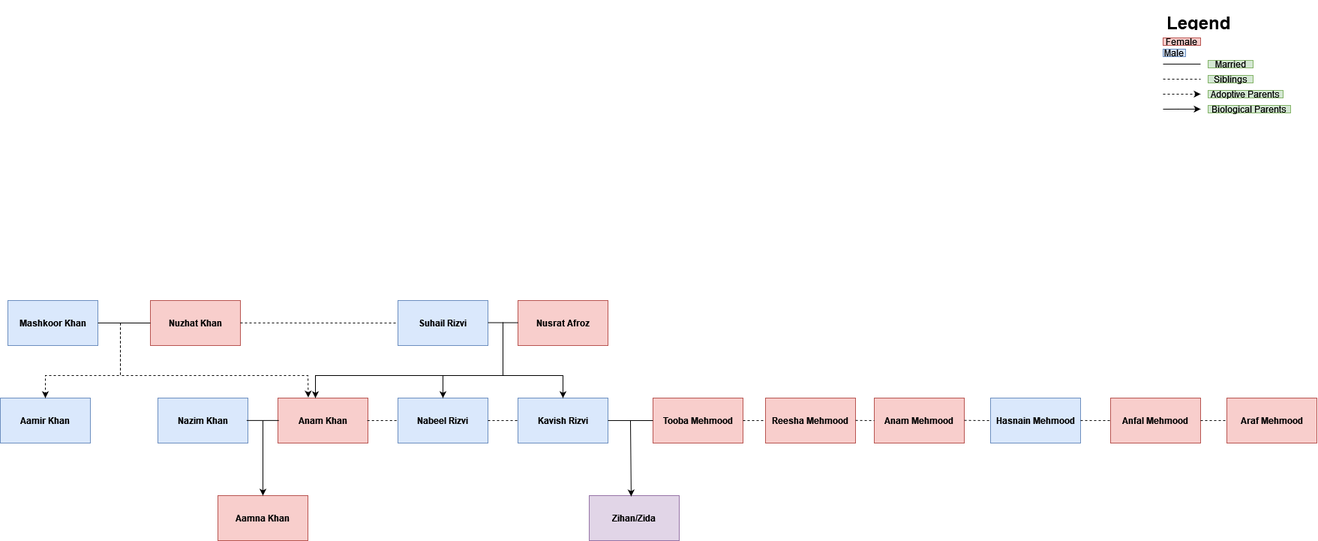
Earlier version of the draw.io export Family Tree.png (uchiharizvi/design-diagrams). Source tidied: cells renumbered, new cells last; positions are measured from the earlier drawing's top-left corner, leaving out a move shared by most shapes.
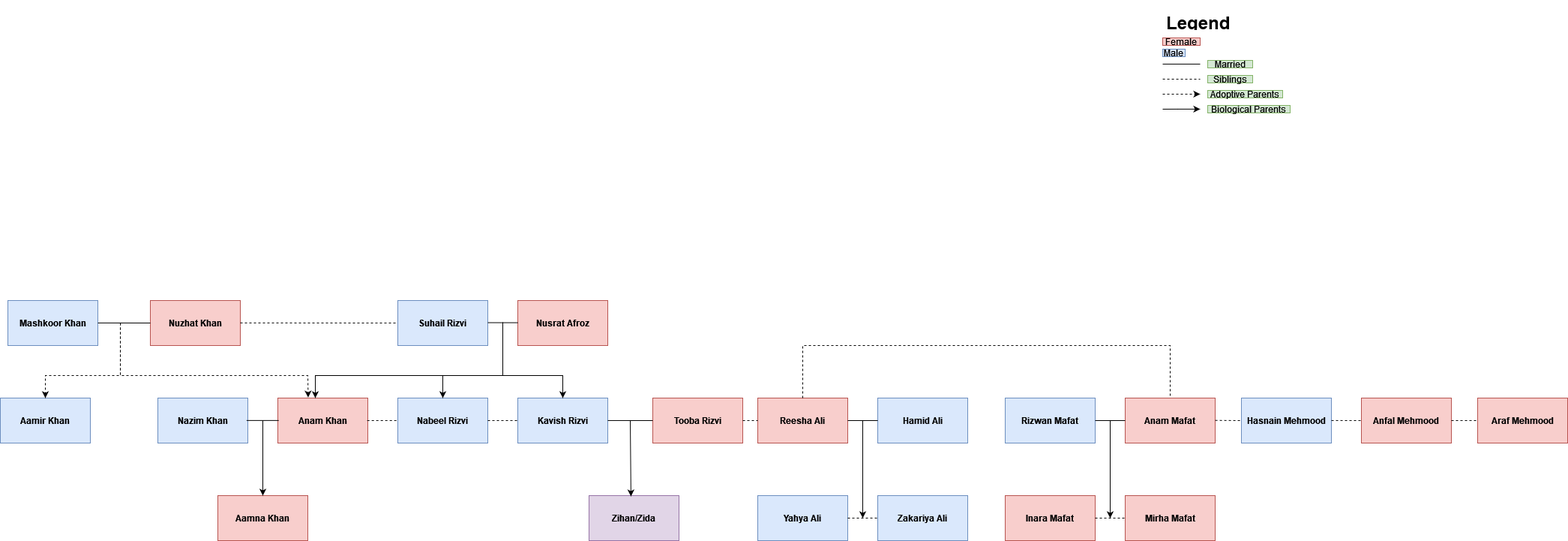
The same file after the commit.

What changed in the source:
```diff
@@ -5,7 +5,7 @@
     <mxCell id="2" value="Kavish Rizvi" style="rounded=0;whiteSpace=wrap;html=1;fontStyle=1;fillColor=#dae8fc;strokeColor=#6c8ebf;" parent="1" vertex="1">
       <mxGeometry x="690" y="520" width="120" height="60" as="geometry" />
     </mxCell>
-    <mxCell id="3" value="Tooba Mehmood" style="rounded=0;whiteSpace=wrap;html=1;fontStyle=1;fillColor=#f8cecc;strokeColor=#b85450;" parent="1" vertex="1">
+    <mxCell id="3" value="Tooba Rizvi" style="rounded=0;whiteSpace=wrap;html=1;fontStyle=1;fillColor=#f8cecc;strokeColor=#b85450;" parent="1" vertex="1">
       <mxGeometry x="870" y="520" width="120" height="60" as="geometry" />
     </mxCell>
     <mxCell id="4" value="&lt;h1&gt;Legend&lt;br&gt;&lt;/h1&gt;" style="text;html=1;strokeColor=none;fillColor=none;spacing=5;spacingTop=-20;whiteSpace=wrap;overflow=hidden;rounded=0;" parent="1" vertex="1">
@@ -51,37 +51,40 @@
         <mxPoint x="840" y="550" as="sourcePoint" />
       </mxGeometry>
     </mxCell>
-    <mxCell id="14" value="Reesha Mehmood" style="rounded=0;whiteSpace=wrap;html=1;fontStyle=1;fillColor=#f8cecc;strokeColor=#b85450;" parent="1" vertex="1">
-      <mxGeometry x="1020" y="520" width="120" height="60" as="geometry" />
+    <mxCell id="14" value="Reesha Ali" style="rounded=0;whiteSpace=wrap;html=1;fontStyle=1;fillColor=#f8cecc;strokeColor=#b85450;" parent="1" vertex="1">
+      <mxGeometry x="1010" y="520" width="120" height="60" as="geometry" />
     </mxCell>
-    <mxCell id="15" value="Anam Mehmood" style="rounded=0;whiteSpace=wrap;html=1;fontStyle=1;fillColor=#f8cecc;strokeColor=#b85450;" parent="1" vertex="1">
-      <mxGeometry x="1165" y="520" width="120" height="60" as="geometry" />
+    <mxCell id="15" value="Anam Mafat" style="rounded=0;whiteSpace=wrap;html=1;fontStyle=1;fillColor=#f8cecc;strokeColor=#b85450;" parent="1" vertex="1">
+      <mxGeometry x="1500" y="520" width="120" height="60" as="geometry" />
     </mxCell>
     <mxCell id="16" value="Hasnain Mehmood" style="rounded=0;whiteSpace=wrap;html=1;fontStyle=1;fillColor=#dae8fc;strokeColor=#6c8ebf;" parent="1" vertex="1">
-      <mxGeometry x="1320" y="520" width="120" height="60" as="geometry" />
+      <mxGeometry x="1655" y="520" width="120" height="60" as="geometry" />
     </mxCell>
     <mxCell id="17" value="Anfal Mehmood" style="rounded=0;whiteSpace=wrap;html=1;fontStyle=1;fillColor=#f8cecc;strokeColor=#b85450;" parent="1" vertex="1">
-      <mxGeometry x="1480" y="520" width="120" height="60" as="geometry" />
+      <mxGeometry x="1815" y="520" width="120" height="60" as="geometry" />
     </mxCell>
     <mxCell id="18" value="Araf Mehmood" style="rounded=0;whiteSpace=wrap;html=1;fontStyle=1;fillColor=#f8cecc;strokeColor=#b85450;" parent="1" vertex="1">
-      <mxGeometry x="1635" y="520" width="120" height="60" as="geometry" />
+      <mxGeometry x="1970" y="520" width="120" height="60" as="geometry" />
     </mxCell>
     <mxCell id="19" style="endArrow=none;html=1;rounded=0;exitX=1;exitY=0.5;exitDx=0;exitDy=0;dashed=1;entryX=0;entryY=0.5;entryDx=0;entryDy=0;" parent="1" edge="1" source="3" target="14">
       <mxGeometry relative="1" as="geometry" />
     </mxCell>
-    <mxCell id="20" style="endArrow=none;html=1;rounded=0;exitX=1;exitY=0.5;exitDx=0;exitDy=0;dashed=1;entryX=0;entryY=0.5;entryDx=0;entryDy=0;" parent="1" edge="1" target="15">
+    <mxCell id="20" style="endArrow=none;html=1;rounded=0;exitX=0.5;exitY=0;exitDx=0;exitDy=0;dashed=1;entryX=0.5;entryY=0;entryDx=0;entryDy=0;" parent="1" edge="1" source="14" target="15">
       <mxGeometry relative="1" as="geometry">
-        <mxPoint x="1140" y="549.8" as="sourcePoint" />
+        <Array as="points">
+          <mxPoint x="1070" y="450" />
+          <mxPoint x="1560" y="450" />
+        </Array>
       </mxGeometry>
     </mxCell>
     <mxCell id="21" style="endArrow=none;html=1;rounded=0;exitX=1;exitY=0.5;exitDx=0;exitDy=0;dashed=1;entryX=0;entryY=0.5;entryDx=0;entryDy=0;" parent="1" edge="1" target="16">
       <mxGeometry relative="1" as="geometry">
-        <mxPoint x="1285" y="549.7" as="sourcePoint" />
+        <mxPoint x="1620" y="549.7" as="sourcePoint" />
       </mxGeometry>
     </mxCell>
     <mxCell id="22" style="endArrow=none;html=1;rounded=0;exitX=1;exitY=0.5;exitDx=0;exitDy=0;dashed=1;entryX=0;entryY=0.5;entryDx=0;entryDy=0;" parent="1" edge="1" target="17">
       <mxGeometry relative="1" as="geometry">
-        <mxPoint x="1440" y="549.9" as="sourcePoint" />
+        <mxPoint x="1775" y="549.9" as="sourcePoint" />
       </mxGeometry>
     </mxCell>
     <mxCell id="23" style="endArrow=none;html=1;rounded=0;exitX=1;exitY=0.5;exitDx=0;exitDy=0;dashed=1;entryX=0;entryY=0.5;entryDx=0;entryDy=0;" parent="1" edge="1" source="17" target="18">
@@ -212,5 +215,55 @@
     <mxCell id="48" value="Biological Parents" style="text;html=1;strokeColor=#82b366;fillColor=#d5e8d4;align=center;verticalAlign=middle;whiteSpace=wrap;rounded=0;" parent="1" vertex="1">
       <mxGeometry x="1610" y="130" width="110" height="10" as="geometry" />
     </mxCell>
+    <mxCell id="49" value="Hamid Ali" style="rounded=0;whiteSpace=wrap;html=1;fontStyle=1;fillColor=#dae8fc;strokeColor=#6c8ebf;" parent="1" vertex="1">
+      <mxGeometry x="1170" y="520" width="120" height="60" as="geometry" />
+    </mxCell>
+    <mxCell id="50" style="endArrow=none;html=1;rounded=0;exitX=1;exitY=0.5;exitDx=0;exitDy=0;" parent="1" edge="1" source="14">
+      <mxGeometry relative="1" as="geometry">
+        <mxPoint x="1170" y="550" as="targetPoint" />
+      </mxGeometry>
+    </mxCell>
+    <mxCell id="51" value="Yahya Ali" style="rounded=0;whiteSpace=wrap;html=1;fontStyle=1;fillColor=#dae8fc;strokeColor=#6c8ebf;" parent="1" vertex="1">
+      <mxGeometry x="1010" y="650" width="120" height="60" as="geometry" />
+    </mxCell>
+    <mxCell id="52" value="Zakariya Ali" style="rounded=0;whiteSpace=wrap;html=1;fontStyle=1;fillColor=#dae8fc;strokeColor=#6c8ebf;" parent="1" vertex="1">
+      <mxGeometry x="1170" y="650" width="120" height="60" as="geometry" />
+    </mxCell>
+    <mxCell id="53" style="endArrow=none;html=1;rounded=0;exitX=1;exitY=0.5;exitDx=0;exitDy=0;dashed=1;" parent="1" edge="1" source="51">
+      <mxGeometry relative="1" as="geometry">
+        <mxPoint x="1170" y="679.9" as="targetPoint" />
+      </mxGeometry>
+    </mxCell>
+    <mxCell id="54" style="endArrow=classic;html=1;rounded=0;" parent="1" edge="1">
+      <mxGeometry relative="1" as="geometry">
+        <mxPoint x="1150" y="550" as="sourcePoint" />
+        <mxPoint x="1150" y="680" as="targetPoint" />
+      </mxGeometry>
+    </mxCell>
+    <mxCell id="55" value="Rizwan Mafat" style="rounded=0;whiteSpace=wrap;html=1;fontStyle=1;fillColor=#dae8fc;strokeColor=#6c8ebf;" parent="1" vertex="1">
+      <mxGeometry x="1340" y="520" width="120" height="60" as="geometry" />
+    </mxCell>
+    <mxCell id="56" style="endArrow=none;html=1;rounded=0;entryX=0;entryY=0.5;entryDx=0;entryDy=0;" parent="1" edge="1" target="15">
+      <mxGeometry relative="1" as="geometry">
+        <mxPoint x="1460" y="550" as="sourcePoint" />
+      </mxGeometry>
+    </mxCell>
+    <mxCell id="57" value="Inara Mafat" style="rounded=0;whiteSpace=wrap;html=1;fontStyle=1;fillColor=#f8cecc;strokeColor=#b85450;" parent="1" vertex="1">
+      <mxGeometry x="1340" y="650" width="120" height="60" as="geometry" />
+    </mxCell>
+    <mxCell id="58" value="Mirha Mafat" style="rounded=0;whiteSpace=wrap;html=1;fontStyle=1;fillColor=#f8cecc;strokeColor=#b85450;" parent="1" vertex="1">
+      <mxGeometry x="1500" y="650" width="120" height="60" as="geometry" />
+    </mxCell>
+    <mxCell id="59" style="endArrow=none;html=1;rounded=0;exitX=1;exitY=0.5;exitDx=0;exitDy=0;entryX=0;entryY=0.5;entryDx=0;entryDy=0;dashed=1;" parent="1" edge="1" source="57">
+      <mxGeometry relative="1" as="geometry">
+        <mxPoint x="1500" y="679.9" as="targetPoint" />
+      </mxGeometry>
+    </mxCell>
+    <mxCell id="60" style="endArrow=classic;html=1;rounded=0;" parent="1" edge="1">
+      <mxGeometry relative="1" as="geometry">
+        <mxPoint x="1480" y="550" as="sourcePoint" />
+        <mxPoint x="1480" y="680" as="targetPoint" />
+      </mxGeometry>
+    </mxCell>
   </root>
 </mxGraphModel>
```
